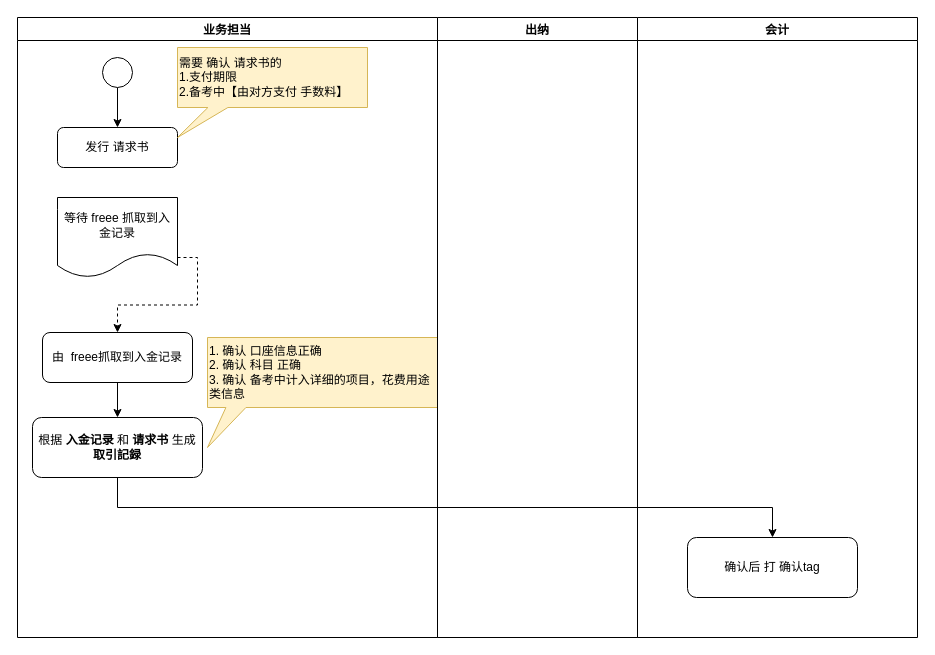
The draw.io diagram page "收款" (2 of 4) of payment.drawio in niltsh/drawing, before the edit. Source tidied: cells renumbered, new cells numbered last; positions are measured from the earlier drawing's top-left corner, leaving out a move shared by most shapes. Both pictures are drawn from the tidied source at 100%, with x=0, y=0 at pixel (17, 17).
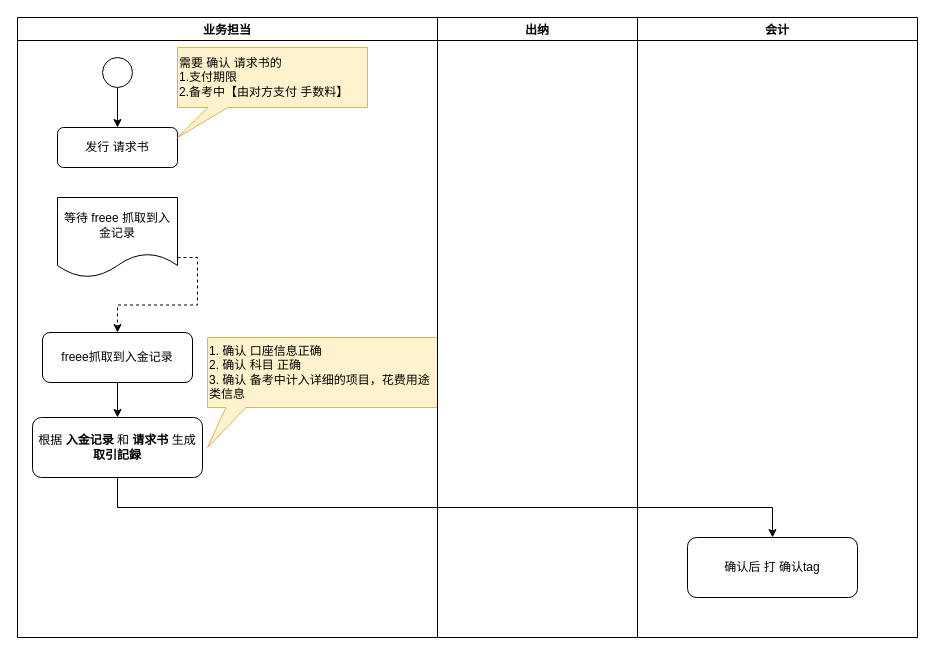
The same diagram, later.

Change to the diagram source:
```diff
@@
 <mxGraphModel>
   <root>
     <mxCell id="0" />
     <mxCell id="1" parent="0" />
     <mxCell id="2" value="业务担当" style="swimlane;" parent="1" vertex="1">
       <mxGeometry width="420" height="620" as="geometry" />
     </mxCell>
     <mxCell id="3" value="发行 请求书" style="rounded=1;whiteSpace=wrap;html=1;" parent="2" vertex="1">
       <mxGeometry x="40" y="110" width="120" height="40" as="geometry" />
     </mxCell>
     <mxCell id="4" style="edgeStyle=orthogonalEdgeStyle;rounded=0;jettySize=auto;html=1;exitX=0.5;exitY=1;exitDx=0;exitDy=0;entryX=0.5;entryY=0;entryDx=0;entryDy=0;" parent="2" edge="1" source="5" target="3">
       <mxGeometry relative="1" as="geometry" />
     </mxCell>
     <mxCell id="5" style="ellipse;whiteSpace=wrap;html=1;" parent="2" vertex="1">
       <mxGeometry x="85" y="40" width="30" height="30" as="geometry" />
     </mxCell>
     <mxCell id="6" style="edgeStyle=orthogonalEdgeStyle;rounded=0;jettySize=auto;html=1;exitX=1;exitY=0.75;exitDx=0;exitDy=0;entryX=0.5;entryY=0;entryDx=0;entryDy=0;dashed=1;" parent="2" edge="1" source="7" target="9">
       <mxGeometry relative="1" as="geometry" />
     </mxCell>
     <mxCell id="7" value="等待 freee 抓取到入金记录" style="shape=document;whiteSpace=wrap;html=1;boundedLbl=1;" parent="2" vertex="1">
       <mxGeometry x="40" y="180" width="120" height="80" as="geometry" />
     </mxCell>
     <mxCell id="8" style="edgeStyle=orthogonalEdgeStyle;rounded=0;jettySize=auto;html=1;exitX=0.5;exitY=1;exitDx=0;exitDy=0;entryX=0.5;entryY=0;entryDx=0;entryDy=0;" parent="2" edge="1" source="9" target="10">
       <mxGeometry relative="1" as="geometry" />
     </mxCell>
-    <mxCell id="9" value="由 &amp;nbsp;freee抓取到入金记录" style="rounded=1;whiteSpace=wrap;html=1;" parent="2" vertex="1">
+    <mxCell id="9" value="freee抓取到入金记录" style="rounded=1;whiteSpace=wrap;html=1;" parent="2" vertex="1">
       <mxGeometry x="25" y="315" width="150" height="50" as="geometry" />
     </mxCell>
     <mxCell id="10" value="根据 &lt;b&gt;入金记录&lt;/b&gt; 和 &lt;b&gt;请求书&lt;/b&gt; 生成 &lt;b&gt;取引記録&lt;/b&gt;" style="rounded=1;whiteSpace=wrap;html=1;" parent="2" vertex="1">
       <mxGeometry x="15" y="400" width="170" height="60" as="geometry" />
     </mxCell>
     <mxCell id="11" value="需要 确认 请求书的&lt;br&gt;1.支付期限&lt;br&gt;2.备考中【由对方支付 手数料】" style="shape=callout;whiteSpace=wrap;html=1;perimeter=calloutPerimeter;position2=0;fillColor=#fff2cc;strokeColor=#d6b656;size=30;position=0.16;align=left;" parent="2" vertex="1">
       <mxGeometry x="160" y="30" width="190" height="90" as="geometry" />
     </mxCell>
     <mxCell id="12" value="1. 确认 口座信息正确&lt;br&gt;2. 确认 科目 正确&lt;br&gt;3. 确认 备考中计入详细的项目，花费用途类信息" style="shape=callout;whiteSpace=wrap;html=1;perimeter=calloutPerimeter;size=40;position=0.08;position2=0;fillColor=#fff2cc;strokeColor=#d6b656;align=left;" parent="2" vertex="1">
       <mxGeometry x="190" y="320" width="230" height="110" as="geometry" />
     </mxCell>
     <mxCell id="13" value="出纳" style="swimlane;" parent="1" vertex="1">
       <mxGeometry x="420" width="200" height="620" as="geometry" />
     </mxCell>
     <mxCell id="14" value="会计" style="swimlane;" parent="1" vertex="1">
       <mxGeometry x="620" width="280" height="620" as="geometry" />
     </mxCell>
     <mxCell id="15" value="确认后 打 确认tag" style="rounded=1;whiteSpace=wrap;html=1;" parent="14" vertex="1">
       <mxGeometry x="50" y="520" width="170" height="60" as="geometry" />
     </mxCell>
     <mxCell id="16" style="edgeStyle=orthogonalEdgeStyle;rounded=0;jettySize=auto;html=1;exitX=0.5;exitY=1;exitDx=0;exitDy=0;entryX=0.5;entryY=0;entryDx=0;entryDy=0;" parent="1" edge="1" source="10" target="15">
       <mxGeometry relative="1" as="geometry" />
     </mxCell>
   </root>
 </mxGraphModel>
```
